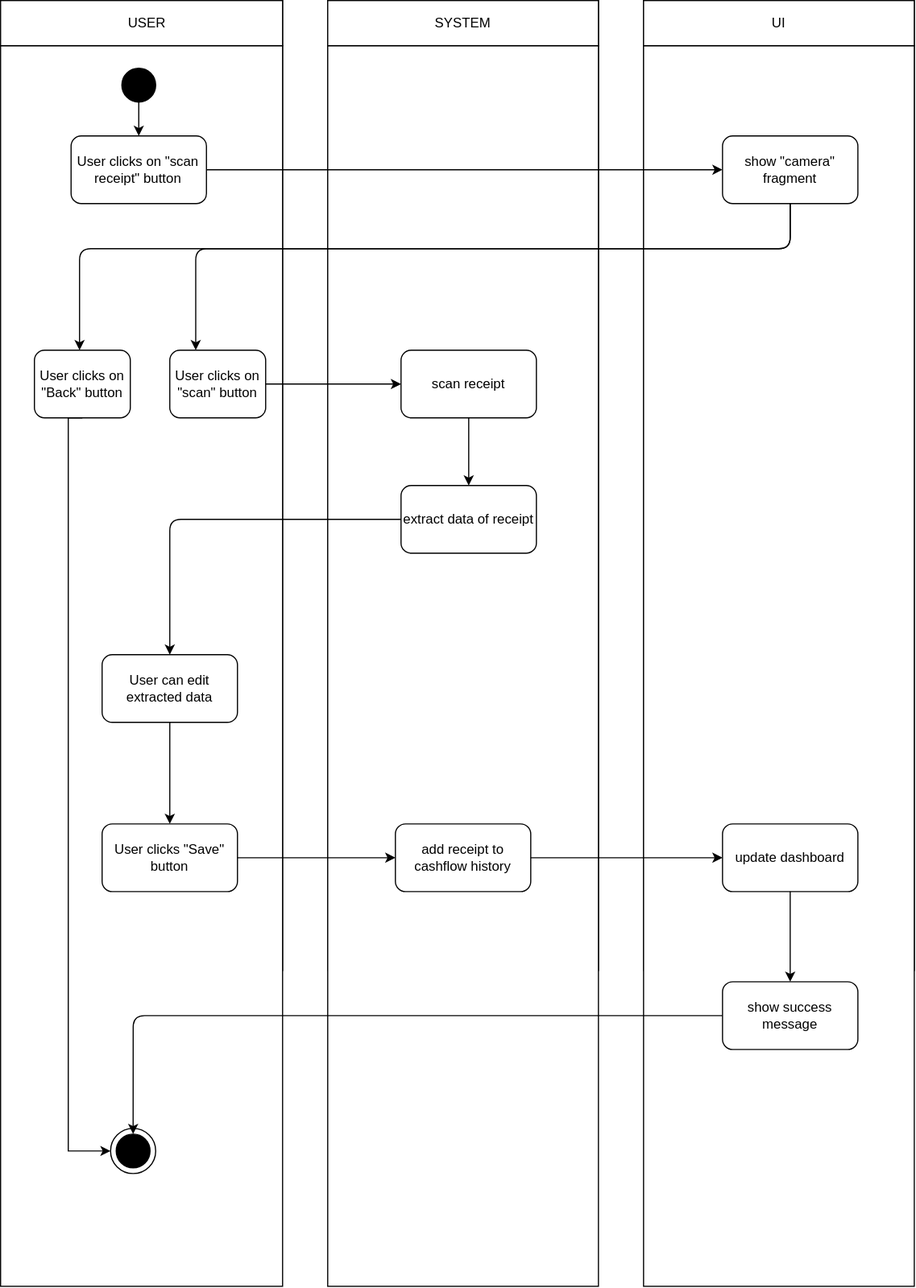
Earlier version of the draw.io export docs/use_cases/UC_8_scanning_receipts/scanning_receipt.drawio.svg (seiferla/FiBo). Source tidied: cells renumbered, new cells last; positions are measured from the earlier drawing's top-left corner, leaving out a move shared by most shapes.
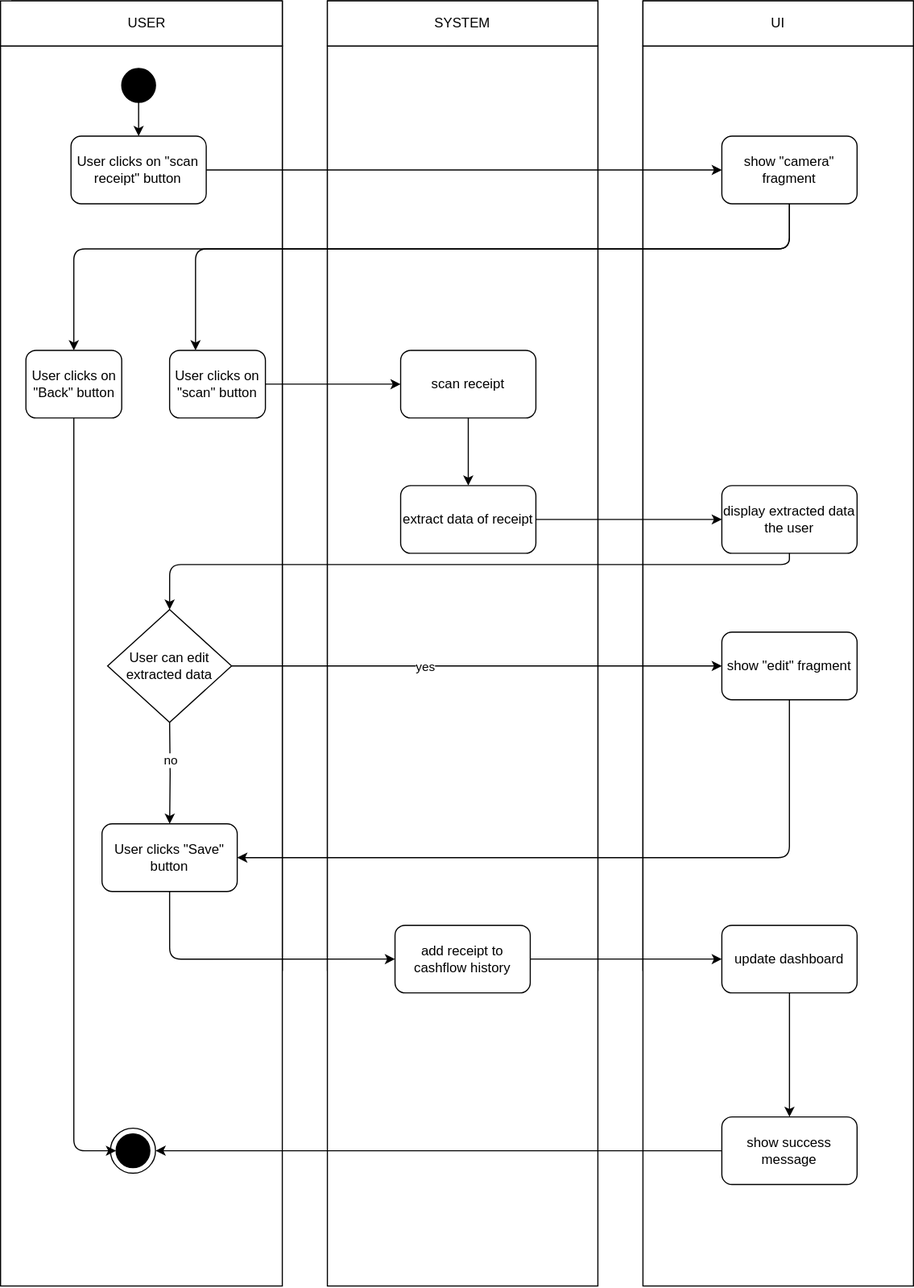
The same file after the commit.

Commit message:
update Activity diagram

The edit, as a diff of the source:
```diff
@@ -99,11 +99,11 @@
         </Array>
       </mxGeometry>
     </mxCell>
-    <mxCell id="32" style="edgeStyle=orthogonalEdgeStyle;rounded=1;jettySize=auto;html=1;" parent="1" edge="1" source="33" target="41">
+    <mxCell id="32" style="edgeStyle=orthogonalEdgeStyle;rounded=1;jettySize=auto;html=1;entryX=0.5;entryY=0;entryDx=0;entryDy=0;" parent="1" edge="1" source="33" target="41">
       <mxGeometry relative="1" as="geometry">
         <Array as="points">
           <mxPoint x="700" y="220" />
-          <mxPoint x="70" y="220" />
+          <mxPoint x="65" y="220" />
         </Array>
       </mxGeometry>
     </mxCell>
@@ -116,52 +116,79 @@
     <mxCell id="35" value="User clicks on &quot;scan&quot; button" style="rounded=1;whiteSpace=wrap;html=1;fillColor=none;" parent="1" vertex="1">
       <mxGeometry x="150" y="310" width="85" height="60" as="geometry" />
     </mxCell>
-    <mxCell id="36" style="edgeStyle=orthogonalEdgeStyle;rounded=1;jettySize=auto;html=1;entryX=0.5;entryY=0;entryDx=0;entryDy=0;" parent="1" edge="1" source="37" target="43">
-      <mxGeometry relative="1" as="geometry" />
-    </mxCell>
+    <mxCell id="50" style="edgeStyle=orthogonalEdgeStyle;rounded=0;jettySize=auto;html=1;" parent="1" edge="1" source="37" target="55">
+      <mxGeometry relative="1" as="geometry" />
+    </mxCell>
     <mxCell id="37" value="&lt;div&gt;extract data of receipt&lt;/div&gt;" style="rounded=1;whiteSpace=wrap;html=1;fillColor=none;" parent="1" vertex="1">
       <mxGeometry x="355" y="430" width="120" height="60" as="geometry" />
     </mxCell>
-    <mxCell id="38" style="edgeStyle=orthogonalEdgeStyle;rounded=0;jettySize=auto;html=1;" parent="1" edge="1" source="39" target="45">
+    <mxCell id="38" style="edgeStyle=orthogonalEdgeStyle;rounded=1;jettySize=auto;html=1;entryX=0;entryY=0.5;entryDx=0;entryDy=0;exitX=0.5;exitY=1;exitDx=0;exitDy=0;" parent="1" edge="1" source="39" target="45">
       <mxGeometry relative="1" as="geometry" />
     </mxCell>
     <mxCell id="39" value="User clicks &quot;Save&quot; button" style="rounded=1;whiteSpace=wrap;html=1;fillColor=none;" parent="1" vertex="1">
       <mxGeometry x="90" y="730" width="120" height="60" as="geometry" />
     </mxCell>
-    <mxCell id="40" style="edgeStyle=orthogonalEdgeStyle;rounded=0;jettySize=auto;html=1;entryX=0;entryY=0.5;entryDx=0;entryDy=0;exitX=0.5;exitY=1;exitDx=0;exitDy=0;" parent="1" edge="1" source="41" target="29">
-      <mxGeometry relative="1" as="geometry">
-        <Array as="points">
-          <mxPoint x="60" y="370" />
-          <mxPoint x="60" y="1020" />
-        </Array>
-      </mxGeometry>
-    </mxCell>
+    <mxCell id="51" style="edgeStyle=orthogonalEdgeStyle;rounded=1;jettySize=auto;html=1;entryX=0;entryY=0.5;entryDx=0;entryDy=0;" parent="1" edge="1" source="41" target="30">
+      <mxGeometry relative="1" as="geometry" />
+    </mxCell>
     <mxCell id="41" value="User clicks on &quot;Back&quot; button" style="rounded=1;whiteSpace=wrap;html=1;fillColor=none;" parent="1" vertex="1">
-      <mxGeometry x="30" y="310" width="85" height="60" as="geometry" />
+      <mxGeometry x="22.5" y="310" width="85" height="60" as="geometry" />
     </mxCell>
-    <mxCell id="42" style="edgeStyle=orthogonalEdgeStyle;rounded=0;jettySize=auto;html=1;" parent="1" edge="1" source="43" target="39">
-      <mxGeometry relative="1" as="geometry" />
+    <mxCell id="42" style="edgeStyle=orthogonalEdgeStyle;rounded=0;jettySize=auto;html=1;" parent="1" edge="1" target="39">
+      <mxGeometry relative="1" as="geometry">
+        <mxPoint x="150" y="640" as="sourcePoint" />
+      </mxGeometry>
     </mxCell>
-    <mxCell id="43" value="&lt;div&gt;User can edit extracted data&lt;br&gt;&lt;/div&gt;" style="rounded=1;whiteSpace=wrap;html=1;fillColor=none;" parent="1" vertex="1">
-      <mxGeometry x="90" y="580" width="120" height="60" as="geometry" />
-    </mxCell>
+    <mxCell id="52" value="no" style="edgeLabel;html=1;align=center;verticalAlign=middle;" parent="42" vertex="1">
+      <mxGeometry x="-0.26" relative="1" as="geometry" />
+    </mxCell>
     <mxCell id="44" style="edgeStyle=orthogonalEdgeStyle;rounded=0;jettySize=auto;html=1;" parent="1" edge="1" source="45" target="47">
       <mxGeometry relative="1" as="geometry" />
     </mxCell>
     <mxCell id="45" value="add receipt to cashflow history" style="rounded=1;whiteSpace=wrap;html=1;fillColor=none;" parent="1" vertex="1">
-      <mxGeometry x="350" y="730" width="120" height="60" as="geometry" />
+      <mxGeometry x="350" y="820" width="120" height="60" as="geometry" />
     </mxCell>
-    <mxCell id="46" style="edgeStyle=orthogonalEdgeStyle;rounded=0;jettySize=auto;html=1;" parent="1" edge="1" source="47" target="49">
+    <mxCell id="46" style="edgeStyle=orthogonalEdgeStyle;rounded=0;jettySize=auto;html=1;entryX=0.5;entryY=0;entryDx=0;entryDy=0;" parent="1" edge="1" source="47" target="49">
       <mxGeometry relative="1" as="geometry" />
     </mxCell>
     <mxCell id="47" value="update dashboard" style="rounded=1;whiteSpace=wrap;html=1;fillColor=none;" parent="1" vertex="1">
-      <mxGeometry x="640" y="730" width="120" height="60" as="geometry" />
+      <mxGeometry x="640" y="820" width="120" height="60" as="geometry" />
     </mxCell>
-    <mxCell id="48" style="edgeStyle=orthogonalEdgeStyle;rounded=1;jettySize=auto;html=1;entryX=0.5;entryY=0;entryDx=0;entryDy=0;" parent="1" edge="1" source="49" target="30">
-      <mxGeometry relative="1" as="geometry" />
-    </mxCell>
+    <mxCell id="53" style="edgeStyle=orthogonalEdgeStyle;rounded=0;jettySize=auto;html=1;entryX=1;entryY=0.5;entryDx=0;entryDy=0;" parent="1" edge="1" source="49" target="29">
+      <mxGeometry relative="1" as="geometry" />
+    </mxCell>
     <mxCell id="49" value="show success message" style="whiteSpace=wrap;html=1;fillColor=none;rounded=1;" parent="1" vertex="1">
-      <mxGeometry x="640" y="870" width="120" height="60" as="geometry" />
+      <mxGeometry x="640" y="990" width="120" height="60" as="geometry" />
     </mxCell>
+    <mxCell id="54" style="edgeStyle=orthogonalEdgeStyle;rounded=1;jettySize=auto;html=1;entryX=0.5;entryY=0;entryDx=0;entryDy=0;" parent="1" edge="1" source="55" target="43">
+      <mxGeometry relative="1" as="geometry">
+        <Array as="points">
+          <mxPoint x="700" y="500" />
+          <mxPoint x="150" y="500" />
+        </Array>
+      </mxGeometry>
+    </mxCell>
+    <mxCell id="55" value="display extracted data the user" style="rounded=1;whiteSpace=wrap;html=1;fillColor=none;" parent="1" vertex="1">
+      <mxGeometry x="640" y="430" width="120" height="60" as="geometry" />
+    </mxCell>
+    <mxCell id="56" style="edgeStyle=orthogonalEdgeStyle;rounded=0;jettySize=auto;html=1;" parent="1" edge="1" source="43" target="59">
+      <mxGeometry relative="1" as="geometry" />
+    </mxCell>
+    <mxCell id="57" value="yes" style="edgeLabel;html=1;align=center;verticalAlign=middle;" parent="56" vertex="1">
+      <mxGeometry x="-0.21" relative="1" as="geometry" />
+    </mxCell>
+    <mxCell id="43" value="User can edit extracted data" style="rhombus;whiteSpace=wrap;html=1;" parent="1" vertex="1">
+      <mxGeometry x="95" y="540" width="110" height="100" as="geometry" />
+    </mxCell>
+    <mxCell id="58" style="edgeStyle=orthogonalEdgeStyle;rounded=1;jettySize=auto;html=1;entryX=1;entryY=0.5;entryDx=0;entryDy=0;" parent="1" edge="1" source="59" target="39">
+      <mxGeometry relative="1" as="geometry">
+        <Array as="points">
+          <mxPoint x="700" y="760" />
+        </Array>
+      </mxGeometry>
+    </mxCell>
+    <mxCell id="59" value="show &quot;edit&quot; fragment" style="rounded=1;whiteSpace=wrap;html=1;fillColor=none;" parent="1" vertex="1">
+      <mxGeometry x="640" y="560" width="120" height="60" as="geometry" />
+    </mxCell>
   </root>
 </mxGraphModel>
```
